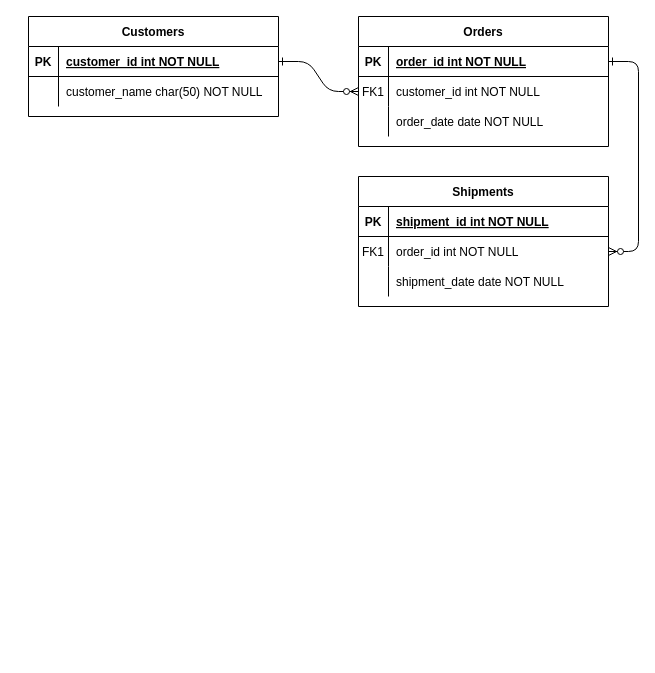
Above: Untitled Diagram.drawio in Nupur777/BA-Projects (draw.io), before the change. Source tidied: cells renumbered, new cells numbered last; positions are measured from the earlier drawing's top-left corner, leaving out a move shared by most shapes. Both pictures are drawn from the tidied source at 100%, with x=0, y=0 at pixel (28, 16).
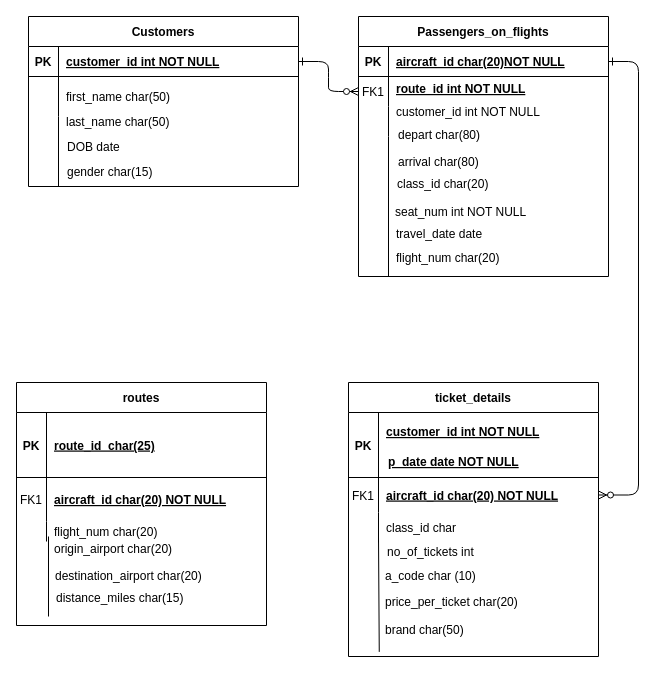
After the change.

The change refers to these unchanged cells:
```xml
<mxCell id="5" style="shape=partialRectangle;fillColor=none;points=[[0,0.5],[1,0.5]];portConstraint=eastwest;top=0;left=0;right=0;bottom=1;" parent="4" vertex="1">
  <mxGeometry y="30" width="250" height="30" as="geometry" />
</mxCell>
<mxCell id="8" style="shape=partialRectangle;fillColor=none;points=[[0,0.5],[1,0.5]];portConstraint=eastwest;top=0;left=0;right=0;bottom=0;" parent="4" vertex="1">
  <mxGeometry y="60" width="250" height="30" as="geometry" />
</mxCell>
<mxCell id="11" style="shape=partialRectangle;fillColor=none;top=0;left=0;right=0;bottom=0;" parent="4" vertex="1">
  <mxGeometry y="90" width="250" height="30" as="geometry" />
</mxCell>
```

Diff of the diagram source:
```diff
@@
-    <mxCell id="4" value="Orders" style="shape=table;startSize=30;childLayout=tableLayout;rowLines=0;fontStyle=1;align=center;" parent="1" vertex="1">
-      <mxGeometry x="330" width="250" height="130" as="geometry" />
+    <mxCell id="4" value="Passengers_on_flights" style="shape=table;startSize=30;childLayout=tableLayout;rowLines=0;fontStyle=1;align=center;" parent="1" vertex="1">
+      <mxGeometry x="330" width="250" height="260" as="geometry" />
     </mxCell>
@@
-    <mxCell id="7" value="order_id int NOT NULL " style="shape=partialRectangle;overflow=hidden;fillColor=none;top=0;left=0;bottom=0;right=0;align=left;spacingLeft=6;fontStyle=5;" parent="5" vertex="1">
+    <mxCell id="7" value="aircraft_id char(20)NOT NULL " style="shape=partialRectangle;overflow=hidden;fillColor=none;top=0;left=0;bottom=0;right=0;align=left;spacingLeft=6;fontStyle=5;" parent="5" vertex="1">
       <mxGeometry x="30" width="220" height="30" as="geometry" />
     </mxCell>
@@
-    <mxCell id="10" value="customer_id int NOT NULL" style="shape=partialRectangle;overflow=hidden;fillColor=none;top=0;left=0;bottom=0;right=0;align=left;spacingLeft=6;" parent="8" vertex="1">
+    <mxCell id="10" style="shape=partialRectangle;overflow=hidden;fillColor=none;top=0;left=0;bottom=0;right=0;align=left;spacingLeft=6;" parent="8" vertex="1">
       <mxGeometry x="30" width="220" height="30" as="geometry" />
     </mxCell>
@@
-    <mxCell id="13" value="order_date date NOT NULL" style="shape=partialRectangle;overflow=hidden;fillColor=none;top=0;left=0;bottom=0;right=0;align=left;spacingLeft=6;" parent="11" vertex="1">
+    <mxCell id="13" style="shape=partialRectangle;overflow=hidden;fillColor=none;top=0;left=0;bottom=0;right=0;align=left;spacingLeft=6;" parent="11" vertex="1">
       <mxGeometry x="30" width="220" height="30" as="geometry" />
     </mxCell>
-    <mxCell id="14" value="Shipments" style="shape=table;startSize=30;childLayout=tableLayout;rowLines=0;fontStyle=1;align=center;" parent="1" vertex="1">
-      <mxGeometry x="330" y="160" width="250" height="130" as="geometry" />
+    <mxCell id="14" value="ticket_details" style="shape=table;startSize=30;childLayout=tableLayout;rowLines=0;fontStyle=1;align=center;" parent="1" vertex="1">
+      <mxGeometry x="320" y="366" width="250" height="274" as="geometry" />
     </mxCell>
     <mxCell id="15" style="shape=partialRectangle;fillColor=none;top=0;left=0;right=0;bottom=1;" parent="14" vertex="1">
-      <mxGeometry y="30" width="250" height="30" as="geometry" />
+      <mxGeometry y="30" width="250" height="65" as="geometry" />
     </mxCell>
     <mxCell id="16" value="PK" style="shape=partialRectangle;overflow=hidden;fillColor=none;top=0;left=0;bottom=0;right=0;fontStyle=1;" parent="15" vertex="1">
-      <mxGeometry width="30" height="30" as="geometry" />
+      <mxGeometry width="30" height="65" as="geometry" />
     </mxCell>
-    <mxCell id="17" value="shipment_id int NOT NULL " style="shape=partialRectangle;overflow=hidden;fillColor=none;top=0;left=0;bottom=0;right=0;align=left;spacingLeft=6;fontStyle=5;" parent="15" vertex="1">
-      <mxGeometry x="30" width="220" height="30" as="geometry" />
+    <mxCell id="17" style="shape=partialRectangle;overflow=hidden;fillColor=none;top=0;left=0;bottom=0;right=0;align=left;spacingLeft=6;fontStyle=5;" parent="15" vertex="1">
+      <mxGeometry x="30" width="220" height="65" as="geometry" />
     </mxCell>
     <mxCell id="18" style="shape=partialRectangle;fillColor=none;points=[[0,0.5],[1,0.5]];portConstraint=eastwest;top=0;left=0;right=0;bottom=0;" parent="14" vertex="1">
-      <mxGeometry y="60" width="250" height="30" as="geometry" />
+      <mxGeometry y="95" width="250" height="35" as="geometry" />
     </mxCell>
     <mxCell id="19" value="FK1" style="shape=partialRectangle;overflow=hidden;fillColor=none;top=0;left=0;bottom=0;right=0;" parent="18" vertex="1">
-      <mxGeometry width="30" height="30" as="geometry" />
+      <mxGeometry width="30" height="35" as="geometry" />
     </mxCell>
-    <mxCell id="20" value="order_id int NOT NULL" style="shape=partialRectangle;overflow=hidden;fillColor=none;top=0;left=0;bottom=0;right=0;align=left;spacingLeft=6;" parent="18" vertex="1">
-      <mxGeometry x="30" width="220" height="30" as="geometry" />
+    <mxCell id="20" value="aircraft_id char(20) NOT NULL" style="shape=partialRectangle;overflow=hidden;fillColor=none;top=0;left=0;bottom=0;right=0;align=left;spacingLeft=6;fontStyle=5;" parent="18" vertex="1">
+      <mxGeometry x="30" width="220" height="35" as="geometry" />
     </mxCell>
     <mxCell id="21" style="shape=partialRectangle;fillColor=none;top=0;left=0;right=0;bottom=0;" parent="14" vertex="1">
-      <mxGeometry y="90" width="250" height="30" as="geometry" />
+      <mxGeometry y="130" width="250" height="30" as="geometry" />
     </mxCell>
@@
-    <mxCell id="23" value="shipment_date date NOT NULL" style="shape=partialRectangle;overflow=hidden;fillColor=none;top=0;left=0;bottom=0;right=0;align=left;spacingLeft=6;" parent="21" vertex="1">
+    <mxCell id="23" value="class_id char " style="shape=partialRectangle;overflow=hidden;fillColor=none;top=0;left=0;bottom=0;right=0;align=left;spacingLeft=6;" parent="21" vertex="1">
       <mxGeometry x="30" width="220" height="30" as="geometry" />
     </mxCell>
     <mxCell id="24" value="Customers" style="shape=table;startSize=30;childLayout=tableLayout;rowLines=0;fontStyle=1;align=center;" parent="1" vertex="1">
-      <mxGeometry width="250" height="100" as="geometry" />
+      <mxGeometry width="270" height="170" as="geometry" />
     </mxCell>
     <mxCell id="25" style="shape=partialRectangle;fillColor=none;points=[[0,0.5],[1,0.5]];portConstraint=eastwest;top=0;left=0;right=0;bottom=1;" parent="24" vertex="1">
-      <mxGeometry y="30" width="250" height="30" as="geometry" />
+      <mxGeometry y="30" width="270" height="30" as="geometry" />
     </mxCell>
@@
     <mxCell id="27" value="customer_id int NOT NULL " style="shape=partialRectangle;overflow=hidden;fillColor=none;top=0;left=0;bottom=0;right=0;align=left;spacingLeft=6;fontStyle=5;" parent="25" vertex="1">
-      <mxGeometry x="30" width="220" height="30" as="geometry" />
+      <mxGeometry x="30" width="240" height="30" as="geometry" />
     </mxCell>
     <mxCell id="28" style="shape=partialRectangle;fillColor=none;top=0;left=0;right=0;bottom=0;" parent="24" vertex="1">
-      <mxGeometry y="60" width="250" height="30" as="geometry" />
+      <mxGeometry y="60" width="270" height="40" as="geometry" />
     </mxCell>
     <mxCell id="29" style="shape=partialRectangle;overflow=hidden;fillColor=none;top=0;left=0;bottom=0;right=0;" parent="28" vertex="1">
-      <mxGeometry width="30" height="30" as="geometry" />
+      <mxGeometry width="30" height="40" as="geometry" />
     </mxCell>
-    <mxCell id="30" value="customer_name char(50) NOT NULL" style="shape=partialRectangle;overflow=hidden;fillColor=none;top=0;left=0;bottom=0;right=0;align=left;spacingLeft=6;" parent="28" vertex="1">
-      <mxGeometry x="30" width="220" height="30" as="geometry" />
+    <mxCell id="30" value="first_name char(50) " style="shape=partialRectangle;overflow=hidden;fillColor=none;top=0;left=0;bottom=0;right=0;align=left;spacingLeft=6;" parent="28" vertex="1">
+      <mxGeometry x="30" width="240" height="40" as="geometry" />
     </mxCell>
+    <mxCell id="31" value="last_name char(50) " style="shape=partialRectangle;overflow=hidden;fillColor=none;top=0;left=0;bottom=0;right=0;align=left;spacingLeft=6;" parent="1" vertex="1">
+      <mxGeometry x="30" y="90" width="240" height="30" as="geometry" />
+    </mxCell>
+    <mxCell id="32" value="DOB date" style="shape=partialRectangle;overflow=hidden;fillColor=none;top=0;left=0;bottom=0;right=0;align=left;spacingLeft=6;" parent="1" vertex="1">
+      <mxGeometry x="31" y="115" width="240" height="30" as="geometry" />
+    </mxCell>
+    <mxCell id="33" style="endArrow=none;html=1;rounded=0;" parent="1" edge="1">
+      <mxGeometry relative="1" as="geometry">
+        <mxPoint x="30" y="170" as="sourcePoint" />
+        <mxPoint x="30" y="100" as="targetPoint" />
+      </mxGeometry>
+    </mxCell>
+    <mxCell id="34" value="gender char(15)" style="shape=partialRectangle;overflow=hidden;fillColor=none;top=0;left=0;bottom=0;right=0;align=left;spacingLeft=6;" parent="1" vertex="1">
+      <mxGeometry x="31" y="140" width="240" height="30" as="geometry" />
+    </mxCell>
+    <mxCell id="35" value="route_id int NOT NULL " style="shape=partialRectangle;overflow=hidden;fillColor=none;top=0;left=0;bottom=0;right=0;align=left;spacingLeft=6;fontStyle=5;" parent="1" vertex="1">
+      <mxGeometry x="360" y="57" width="220" height="30" as="geometry" />
+    </mxCell>
+    <mxCell id="36" value="customer_id int NOT NULL" style="shape=partialRectangle;overflow=hidden;fillColor=none;top=0;left=0;bottom=0;right=0;align=left;spacingLeft=6;fontStyle=0;strokeColor=default;" parent="1" vertex="1">
+      <mxGeometry x="360" y="80" width="220" height="30" as="geometry" />
+    </mxCell>
+    <mxCell id="37" value="depart char(80)" style="shape=partialRectangle;overflow=hidden;fillColor=none;top=0;left=0;bottom=0;right=0;align=left;spacingLeft=6;fontStyle=0;" parent="1" vertex="1">
+      <mxGeometry x="362" y="103" width="220" height="30" as="geometry" />
+    </mxCell>
+    <mxCell id="38" value="arrival char(80)" style="shape=partialRectangle;overflow=hidden;fillColor=none;top=0;left=0;bottom=0;right=0;align=left;spacingLeft=6;fontStyle=0;" parent="1" vertex="1">
+      <mxGeometry x="362" y="130" width="220" height="30" as="geometry" />
+    </mxCell>
+    <mxCell id="39" value="seat_num int NOT NULL" style="shape=partialRectangle;overflow=hidden;fillColor=none;top=0;left=0;bottom=0;right=0;align=left;spacingLeft=6;fontStyle=0;" parent="1" vertex="1">
+      <mxGeometry x="359" y="180" width="220" height="30" as="geometry" />
+    </mxCell>
+    <mxCell id="40" value="travel_date date" style="shape=partialRectangle;overflow=hidden;fillColor=none;top=0;left=0;bottom=0;right=0;align=left;spacingLeft=6;fontStyle=0;" parent="1" vertex="1">
+      <mxGeometry x="360" y="202" width="220" height="30" as="geometry" />
+    </mxCell>
+    <mxCell id="41" value="class_id char(20)" style="shape=partialRectangle;overflow=hidden;fillColor=none;top=0;left=0;bottom=0;right=0;align=left;spacingLeft=6;fontStyle=0;" parent="1" vertex="1">
+      <mxGeometry x="361" y="152" width="220" height="30" as="geometry" />
+    </mxCell>
+    <mxCell id="42" value="flight_num char(20)" style="shape=partialRectangle;overflow=hidden;fillColor=none;top=0;left=0;bottom=0;right=0;align=left;spacingLeft=6;fontStyle=0;" parent="1" vertex="1">
+      <mxGeometry x="360" y="226" width="220" height="30" as="geometry" />
+    </mxCell>
+    <mxCell id="43" style="endArrow=none;html=1;rounded=0;" parent="1" edge="1">
+      <mxGeometry relative="1" as="geometry">
+        <mxPoint x="360" y="260" as="sourcePoint" />
+        <mxPoint x="360" y="120" as="targetPoint" />
+      </mxGeometry>
+    </mxCell>
+    <mxCell id="44" value="customer_id int NOT NULL" style="shape=partialRectangle;overflow=hidden;fillColor=none;top=0;left=0;bottom=0;right=0;align=left;spacingLeft=6;fontStyle=5;" parent="1" vertex="1">
+      <mxGeometry x="350" y="400" width="220" height="30" as="geometry" />
+    </mxCell>
+    <mxCell id="45" value="p_date date NOT NULL" style="shape=partialRectangle;overflow=hidden;fillColor=none;top=0;left=0;bottom=0;right=0;align=left;spacingLeft=6;fontStyle=5;" parent="1" vertex="1">
+      <mxGeometry x="352" y="430" width="220" height="30" as="geometry" />
+    </mxCell>
+    <mxCell id="46" style="endArrow=none;html=1;rounded=0;exitX=0.127;exitY=1.113;exitDx=0;exitDy=0;exitPerimeter=0;" parent="1" edge="1" source="56">
+      <mxGeometry relative="1" as="geometry">
+        <mxPoint x="350" y="520" as="targetPoint" />
+      </mxGeometry>
+    </mxCell>
+    <mxCell id="47" style="shape=partialRectangle;fillColor=none;top=0;left=0;right=0;bottom=0;" parent="1" vertex="1">
+      <mxGeometry x="319" y="544" width="250" height="30" as="geometry" />
+    </mxCell>
+    <mxCell id="48" style="shape=partialRectangle;overflow=hidden;fillColor=none;top=0;left=0;bottom=0;right=0;" parent="47" vertex="1">
+      <mxGeometry width="30" height="30" as="geometry" />
+    </mxCell>
+    <mxCell id="49" value="a_code char (10)" style="shape=partialRectangle;overflow=hidden;fillColor=none;top=0;left=0;bottom=0;right=0;align=left;spacingLeft=6;" parent="47" vertex="1">
+      <mxGeometry x="30" width="220" height="30" as="geometry" />
+    </mxCell>
+    <mxCell id="50" style="shape=partialRectangle;fillColor=none;top=0;left=0;right=0;bottom=0;" parent="1" vertex="1">
+      <mxGeometry x="321" y="520" width="250" height="30" as="geometry" />
+    </mxCell>
+    <mxCell id="51" style="shape=partialRectangle;overflow=hidden;fillColor=none;top=0;left=0;bottom=0;right=0;" parent="50" vertex="1">
+      <mxGeometry width="30" height="30" as="geometry" />
+    </mxCell>
+    <mxCell id="52" value="no_of_tickets int" style="shape=partialRectangle;overflow=hidden;fillColor=none;top=0;left=0;bottom=0;right=0;align=left;spacingLeft=6;" parent="50" vertex="1">
+      <mxGeometry x="30" width="220" height="30" as="geometry" />
+    </mxCell>
+    <mxCell id="53" style="shape=partialRectangle;fillColor=none;top=0;left=0;right=0;bottom=0;" parent="1" vertex="1">
+      <mxGeometry x="319" y="570" width="250" height="30" as="geometry" />
+    </mxCell>
+    <mxCell id="54" style="shape=partialRectangle;overflow=hidden;fillColor=none;top=0;left=0;bottom=0;right=0;" parent="53" vertex="1">
+      <mxGeometry width="30" height="30" as="geometry" />
+    </mxCell>
+    <mxCell id="55" value="price_per_ticket char(20)" style="shape=partialRectangle;overflow=hidden;fillColor=none;top=0;left=0;bottom=0;right=0;align=left;spacingLeft=6;" parent="53" vertex="1">
+      <mxGeometry x="30" width="220" height="30" as="geometry" />
+    </mxCell>
+    <mxCell id="56" style="shape=partialRectangle;fillColor=none;points=[[0,0.5],[1,0.5]];portConstraint=eastwest;top=0;left=0;right=0;bottom=0;" parent="1" vertex="1">
+      <mxGeometry x="319" y="602" width="250" height="30" as="geometry" />
+    </mxCell>
+    <mxCell id="57" style="shape=partialRectangle;overflow=hidden;fillColor=none;top=0;left=0;bottom=0;right=0;" parent="56" vertex="1">
+      <mxGeometry width="30" height="30" as="geometry" />
+    </mxCell>
+    <mxCell id="58" value="brand char(50)" style="shape=partialRectangle;overflow=hidden;fillColor=none;top=0;left=0;bottom=0;right=0;align=left;spacingLeft=6;" parent="56" vertex="1">
+      <mxGeometry x="30" y="-4" width="220" height="30" as="geometry" />
+    </mxCell>
+    <mxCell id="59" value="routes" style="shape=table;startSize=30;childLayout=tableLayout;rowLines=0;fontStyle=1;align=center;" parent="1" vertex="1">
+      <mxGeometry x="-12" y="366" width="250" height="243" as="geometry" />
+    </mxCell>
+    <mxCell id="60" style="shape=partialRectangle;fillColor=none;top=0;left=0;right=0;bottom=1;" parent="59" vertex="1">
+      <mxGeometry y="30" width="250" height="65" as="geometry" />
+    </mxCell>
+    <mxCell id="61" value="PK" style="shape=partialRectangle;overflow=hidden;fillColor=none;top=0;left=0;bottom=0;right=0;fontStyle=1;" parent="60" vertex="1">
+      <mxGeometry width="30" height="65" as="geometry" />
+    </mxCell>
+    <mxCell id="62" value="route_id  char(25)" style="shape=partialRectangle;overflow=hidden;fillColor=none;top=0;left=0;bottom=0;right=0;align=left;spacingLeft=6;fontStyle=5;" parent="60" vertex="1">
+      <mxGeometry x="30" width="220" height="65" as="geometry" />
+    </mxCell>
+    <mxCell id="63" style="shape=partialRectangle;fillColor=none;top=0;left=0;right=0;bottom=0;" parent="59" vertex="1">
+      <mxGeometry y="95" width="250" height="44" as="geometry" />
+    </mxCell>
+    <mxCell id="64" value="FK1" style="shape=partialRectangle;overflow=hidden;fillColor=none;top=0;left=0;bottom=0;right=0;" parent="63" vertex="1">
+      <mxGeometry width="30" height="44" as="geometry" />
+    </mxCell>
+    <mxCell id="65" value="aircraft_id char(20) NOT NULL" style="shape=partialRectangle;overflow=hidden;fillColor=none;top=0;left=0;bottom=0;right=0;align=left;spacingLeft=6;fontStyle=5;" parent="63" vertex="1">
+      <mxGeometry x="30" width="220" height="44" as="geometry" />
+    </mxCell>
+    <mxCell id="66" style="shape=partialRectangle;fillColor=none;top=0;left=0;right=0;bottom=0;" parent="59" vertex="1">
+      <mxGeometry y="139" width="250" height="20" as="geometry" />
+    </mxCell>
+    <mxCell id="67" style="shape=partialRectangle;overflow=hidden;fillColor=none;top=0;left=0;bottom=0;right=0;" parent="66" vertex="1">
+      <mxGeometry width="30" height="20" as="geometry" />
+    </mxCell>
+    <mxCell id="68" value="flight_num char(20)" style="shape=partialRectangle;overflow=hidden;fillColor=none;top=0;left=0;bottom=0;right=0;align=left;spacingLeft=6;" parent="66" vertex="1">
+      <mxGeometry x="30" width="220" height="20" as="geometry" />
+    </mxCell>
+    <mxCell id="69" style="endArrow=none;html=1;rounded=0;" parent="1" edge="1">
+      <mxGeometry relative="1" as="geometry">
+        <mxPoint x="20" y="600" as="sourcePoint" />
+        <mxPoint x="20" y="520" as="targetPoint" />
+      </mxGeometry>
+    </mxCell>
+    <mxCell id="70" value="origin_airport char(20)" style="shape=partialRectangle;overflow=hidden;fillColor=none;top=0;left=0;bottom=0;right=0;align=left;spacingLeft=6;" parent="1" vertex="1">
+      <mxGeometry x="18" y="522" width="220" height="20" as="geometry" />
+    </mxCell>
+    <mxCell id="71" value="destination_airport char(20)" style="shape=partialRectangle;overflow=hidden;fillColor=none;top=0;left=0;bottom=0;right=0;align=left;spacingLeft=6;" parent="1" vertex="1">
+      <mxGeometry x="19" y="549" width="220" height="20" as="geometry" />
+    </mxCell>
+    <mxCell id="72" value="distance_miles char(15)" style="shape=partialRectangle;overflow=hidden;fillColor=none;top=0;left=0;bottom=0;right=0;align=left;spacingLeft=6;" parent="1" vertex="1">
+      <mxGeometry x="20" y="571" width="220" height="20" as="geometry" />
+    </mxCell>
```
